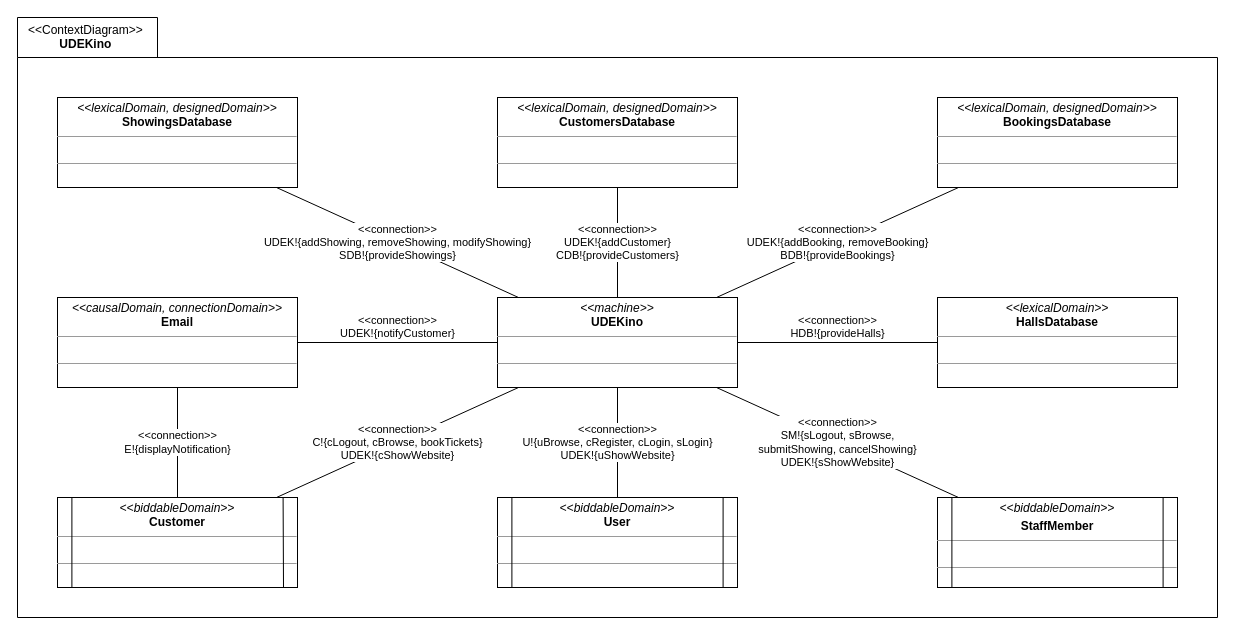
The draw.io diagram a02_context_diagram.drawio in melvdlin/swtlab, before the edit. Source tidied: cells renumbered, new cells numbered last; positions are measured from the earlier drawing's top-left corner, leaving out a move shared by most shapes. Both pictures are drawn from the tidied source at 100%, with x=0, y=0 at pixel (17, 17).
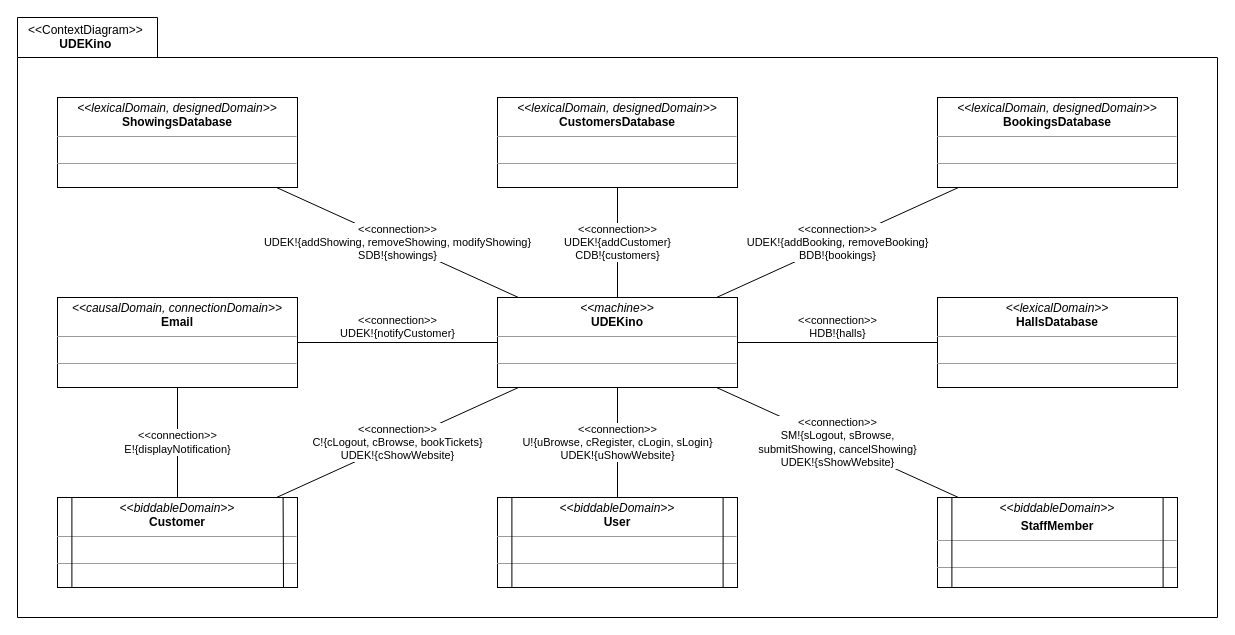
Above is the later version.

The change refers to these unchanged cells:
```xml
<mxCell id="3" style="group;" parent="1" vertex="1">
  <mxGeometry x="40" y="80" width="1120" height="490" as="geometry" />
</mxCell>
<mxCell id="4" value="&lt;p style=&quot;margin: 0px ; margin-top: 4px ; text-align: center&quot;&gt;&lt;i&gt;&amp;lt;&amp;lt;lexicalDomain, designedDomain&amp;gt;&amp;gt;&lt;/i&gt;&lt;br&gt;&lt;b&gt;ShowingsDatabase&lt;/b&gt;&lt;/p&gt;&lt;hr size=&quot;1&quot;&gt;&lt;p style=&quot;margin: 0px ; margin-left: 4px&quot;&gt;&lt;br&gt;&lt;/p&gt;&lt;hr size=&quot;1&quot;&gt;&lt;p style=&quot;margin: 0px ; margin-left: 4px&quot;&gt;&lt;br&gt;&lt;/p&gt;" style="verticalAlign=top;align=left;overflow=fill;fontSize=12;fontFamily=Helvetica;html=1;rounded=0;shadow=0;glass=0;comic=0;sketch=0;fontColor=default;gradientColor=none;strokeWidth=1;" parent="3" vertex="1">
  <mxGeometry width="240" height="90" as="geometry" />
</mxCell>
<mxCell id="5" value="&lt;p style=&quot;margin: 0px ; margin-top: 4px ; text-align: center&quot;&gt;&lt;i&gt;&amp;lt;&amp;lt;lexicalDomain, designedDomain&amp;gt;&amp;gt;&lt;/i&gt;&lt;br&gt;&lt;b&gt;CustomersDatabase&lt;/b&gt;&lt;/p&gt;&lt;hr size=&quot;1&quot;&gt;&lt;p style=&quot;margin: 0px ; margin-left: 4px&quot;&gt;&lt;br&gt;&lt;/p&gt;&lt;hr size=&quot;1&quot;&gt;&lt;p style=&quot;margin: 0px ; margin-left: 4px&quot;&gt;&lt;br&gt;&lt;/p&gt;" style="verticalAlign=top;align=left;overflow=fill;fontSize=12;fontFamily=Helvetica;html=1;rounded=0;shadow=0;glass=0;comic=0;sketch=0;fontColor=default;gradientColor=none;strokeWidth=1;" parent="3" vertex="1">
  <mxGeometry x="440" width="240" height="90" as="geometry" />
</mxCell>
<mxCell id="6" value="&lt;p style=&quot;margin: 0px ; margin-top: 4px ; text-align: center&quot;&gt;&lt;i&gt;&amp;lt;&amp;lt;lexicalDomain, designedDomain&amp;gt;&amp;gt;&lt;/i&gt;&lt;br&gt;&lt;b&gt;BookingsDatabase&lt;/b&gt;&lt;/p&gt;&lt;hr size=&quot;1&quot;&gt;&lt;p style=&quot;margin: 0px ; margin-left: 4px&quot;&gt;&lt;br&gt;&lt;/p&gt;&lt;hr size=&quot;1&quot;&gt;&lt;p style=&quot;margin: 0px ; margin-left: 4px&quot;&gt;&lt;br&gt;&lt;/p&gt;" style="verticalAlign=top;align=left;overflow=fill;fontSize=12;fontFamily=Helvetica;html=1;rounded=0;shadow=0;glass=0;comic=0;sketch=0;fontColor=default;gradientColor=none;strokeWidth=1;" parent="3" vertex="1">
  <mxGeometry x="880" width="240" height="90" as="geometry" />
</mxCell>
<mxCell id="11" value="&lt;p style=&quot;margin:0px;margin-top:4px;text-align:center;&quot;&gt;&lt;i&gt;&amp;lt;&amp;lt;machine&amp;gt;&amp;gt;&lt;/i&gt;&lt;br&gt;&lt;b&gt;UDEKino&lt;/b&gt;&lt;/p&gt;&lt;hr size=&quot;1&quot;&gt;&lt;p style=&quot;margin:0px;margin-left:4px;&quot;&gt;&lt;br&gt;&lt;/p&gt;&lt;hr size=&quot;1&quot;&gt;&lt;p style=&quot;margin:0px;margin-left:4px;&quot;&gt;&lt;br&gt;&lt;/p&gt;" style="verticalAlign=top;align=left;overflow=fill;fontSize=12;fontFamily=Helvetica;html=1;rounded=0;shadow=0;glass=0;comic=0;sketch=0;fontColor=default;gradientColor=none;" parent="3" vertex="1">
  <mxGeometry x="440" y="200" width="240" height="90" as="geometry" />
</mxCell>
<mxCell id="14" value="&lt;p style=&quot;margin: 0px ; margin-top: 4px ; text-align: center&quot;&gt;&lt;i&gt;&amp;lt;&amp;lt;lexicalDomain&amp;gt;&amp;gt;&lt;/i&gt;&lt;br&gt;&lt;b&gt;HallsDatabase&lt;/b&gt;&lt;/p&gt;&lt;hr size=&quot;1&quot;&gt;&lt;p style=&quot;margin: 0px ; margin-left: 4px&quot;&gt;&lt;br&gt;&lt;/p&gt;&lt;hr size=&quot;1&quot;&gt;&lt;p style=&quot;margin: 0px ; margin-left: 4px&quot;&gt;&lt;br&gt;&lt;/p&gt;" style="verticalAlign=top;align=left;overflow=fill;fontSize=12;fontFamily=Helvetica;html=1;rounded=0;shadow=0;glass=0;comic=0;sketch=0;fontColor=default;gradientColor=none;" parent="3" vertex="1">
  <mxGeometry x="880" y="200" width="240" height="90" as="geometry" />
</mxCell>
```

Change to the diagram source:
```diff
@@
-    <mxCell id="9" value="&amp;lt;&amp;lt;connection&amp;gt;&amp;gt;&lt;br&gt;UDEK!{addCustomer}&lt;br&gt;CDB!{provideCustomers}" style="edgeStyle=none;shape=connector;rounded=0;jettySize=auto;html=1;labelBackgroundColor=default;fontFamily=Helvetica;fontSize=11;fontColor=default;endArrow=none;endFill=0;strokeColor=default;strokeWidth=1;" parent="3" edge="1" source="11" target="5">
+    <mxCell id="9" value="&amp;lt;&amp;lt;connection&amp;gt;&amp;gt;&lt;br&gt;UDEK!{addCustomer}&lt;br&gt;CDB!{customers}" style="edgeStyle=none;shape=connector;rounded=0;jettySize=auto;html=1;labelBackgroundColor=default;fontFamily=Helvetica;fontSize=11;fontColor=default;endArrow=none;endFill=0;strokeColor=default;strokeWidth=1;" parent="3" edge="1" source="11" target="5">
       <mxGeometry relative="1" as="geometry" />
     </mxCell>
-    <mxCell id="10" value="&amp;lt;&amp;lt;connection&amp;gt;&amp;gt;&lt;br&gt;UDEK!{addBooking, removeBooking}&lt;br&gt;BDB!{provideBookings}" style="edgeStyle=none;shape=connector;rounded=0;jettySize=auto;html=1;labelBackgroundColor=default;fontFamily=Helvetica;fontSize=11;fontColor=default;endArrow=none;endFill=0;strokeColor=default;strokeWidth=1;" parent="3" edge="1" source="11" target="6">
+    <mxCell id="10" value="&amp;lt;&amp;lt;connection&amp;gt;&amp;gt;&lt;br&gt;UDEK!{addBooking, removeBooking}&lt;br&gt;BDB!{bookings}" style="edgeStyle=none;shape=connector;rounded=0;jettySize=auto;html=1;labelBackgroundColor=default;fontFamily=Helvetica;fontSize=11;fontColor=default;endArrow=none;endFill=0;strokeColor=default;strokeWidth=1;" parent="3" edge="1" source="11" target="6">
       <mxGeometry relative="1" as="geometry" />
     </mxCell>
@@
-    <mxCell id="12" value="&amp;lt;&amp;lt;connection&amp;gt;&amp;gt;&lt;br&gt;UDEK!{addShowing, removeShowing, modifyShowing}&lt;br&gt;SDB!{provideShowings}" style="edgeStyle=none;shape=connector;rounded=0;jettySize=auto;html=1;labelBackgroundColor=default;fontFamily=Helvetica;fontSize=11;fontColor=default;endArrow=none;endFill=0;strokeColor=default;strokeWidth=1;" parent="3" edge="1" source="4" target="11">
+    <mxCell id="12" value="&amp;lt;&amp;lt;connection&amp;gt;&amp;gt;&lt;br&gt;UDEK!{addShowing, removeShowing, modifyShowing}&lt;br&gt;SDB!{showings}" style="edgeStyle=none;shape=connector;rounded=0;jettySize=auto;html=1;labelBackgroundColor=default;fontFamily=Helvetica;fontSize=11;fontColor=default;endArrow=none;endFill=0;strokeColor=default;strokeWidth=1;" parent="3" edge="1" source="4" target="11">
       <mxGeometry relative="1" as="geometry" />
     </mxCell>
@@
-    <mxCell id="15" value="&amp;lt;&amp;lt;connection&amp;gt;&amp;gt;&lt;br&gt;HDB!{provideHalls}" style="edgeStyle=none;rounded=0;jettySize=auto;html=1;endArrow=none;endFill=0;verticalAlign=bottom;" parent="3" edge="1" source="11" target="14">
+    <mxCell id="15" value="&amp;lt;&amp;lt;connection&amp;gt;&amp;gt;&lt;br&gt;HDB!{halls}" style="edgeStyle=none;rounded=0;jettySize=auto;html=1;endArrow=none;endFill=0;verticalAlign=bottom;" parent="3" edge="1" source="11" target="14">
       <mxGeometry relative="1" as="geometry" />
     </mxCell>
```
